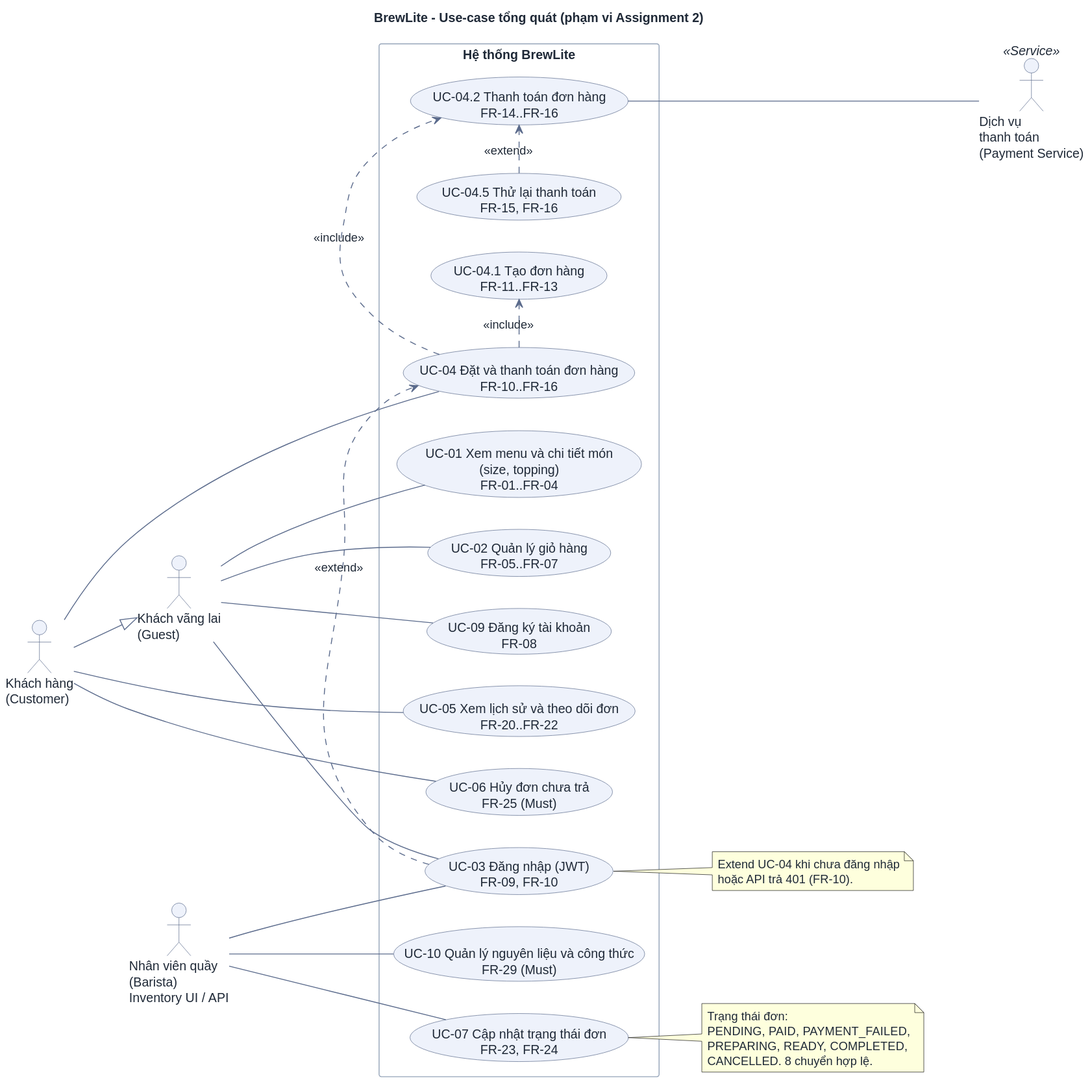
Earlier version of the PlantUML export docs/requirements/use-case-overview.svg (DuVinhLoi/BrewLite). Source of this version:
```plantuml
@startuml
skinparam DefaultFontColor #1f2937
skinparam ArrowColor #5b6b8c
skinparam ArrowFontColor #1f2937
skinparam PackageBackgroundColor #f8fafc
skinparam PackageBorderColor #94a3b8
skinparam RectangleBackgroundColor #ffffff
skinparam RectangleBorderColor #94a3b8
skinparam ActorBackgroundColor #eef2fb
skinparam ActorBorderColor #5b6b8c
skinparam UsecaseBackgroundColor #eef2fb
skinparam UsecaseBorderColor #5b6b8c
skinparam Shadowing false

left to right direction

title BrewLite - Use-case tổng quát (phạm vi Assignment 2)

actor "Khách vãng lai\n(Guest)" as Guest
actor "Khách hàng\n(Customer)" as Customer
actor "Nhân viên quầy\n(Barista)\nInventory UI / API" as Barista
actor "Dịch vụ\nthanh toán\n(Payment Service)" as Pay <<Service>>

Customer --|> Guest

rectangle "Hệ thống BrewLite" {
  usecase "UC-01 Xem menu và chi tiết món\n(size, topping)\nFR-01..FR-04" as UC01
  usecase "UC-02 Quản lý giỏ hàng\nFR-05..FR-07" as UC02
  usecase "UC-03 Đăng nhập (JWT)\nFR-09, FR-10" as UC03
  usecase "UC-09 Đăng ký tài khoản\nFR-08" as UC09
  usecase "UC-04 Đặt và thanh toán đơn hàng\nFR-10..FR-16" as UC04
  usecase "UC-04.1 Tạo đơn hàng\nFR-11..FR-13" as UC041
  usecase "UC-04.2 Thanh toán đơn hàng\nFR-14..FR-16" as UC042
  usecase "UC-04.5 Thử lại thanh toán\nFR-15, FR-16" as UC045
  usecase "UC-05 Xem lịch sử và theo dõi đơn\nFR-20..FR-22" as UC05
  usecase "UC-06 Hủy đơn chưa trả\nFR-25 (Must)" as UC06
  usecase "UC-10 Quản lý nguyên liệu và công thức\nFR-29 (Must)" as UC10
  usecase "UC-07 Cập nhật trạng thái đơn\nFR-23, FR-24" as UC07
}

Guest --- UC01
Guest --- UC02
Guest --- UC03
Guest --- UC09

Customer --- UC04
Customer --- UC05
Customer --- UC06

Barista --- UC03
Barista --- UC07
Barista --- UC10

UC04 .> UC041 : <<include>>
UC04 .> UC042 : <<include>>
UC045 .> UC042 : <<extend>>
UC03 .> UC04 : <<extend>>

UC042 --- Pay

note right of UC03
  Extend UC-04 khi chưa đăng nhập
  hoặc API trả 401 (FR-10).
end note

note right of UC07
  Trạng thái đơn:
  PENDING, PAID, PAYMENT_FAILED,
  PREPARING, READY, COMPLETED,
  CANCELLED. 8 chuyển hợp lệ.
end note
@enduml
```
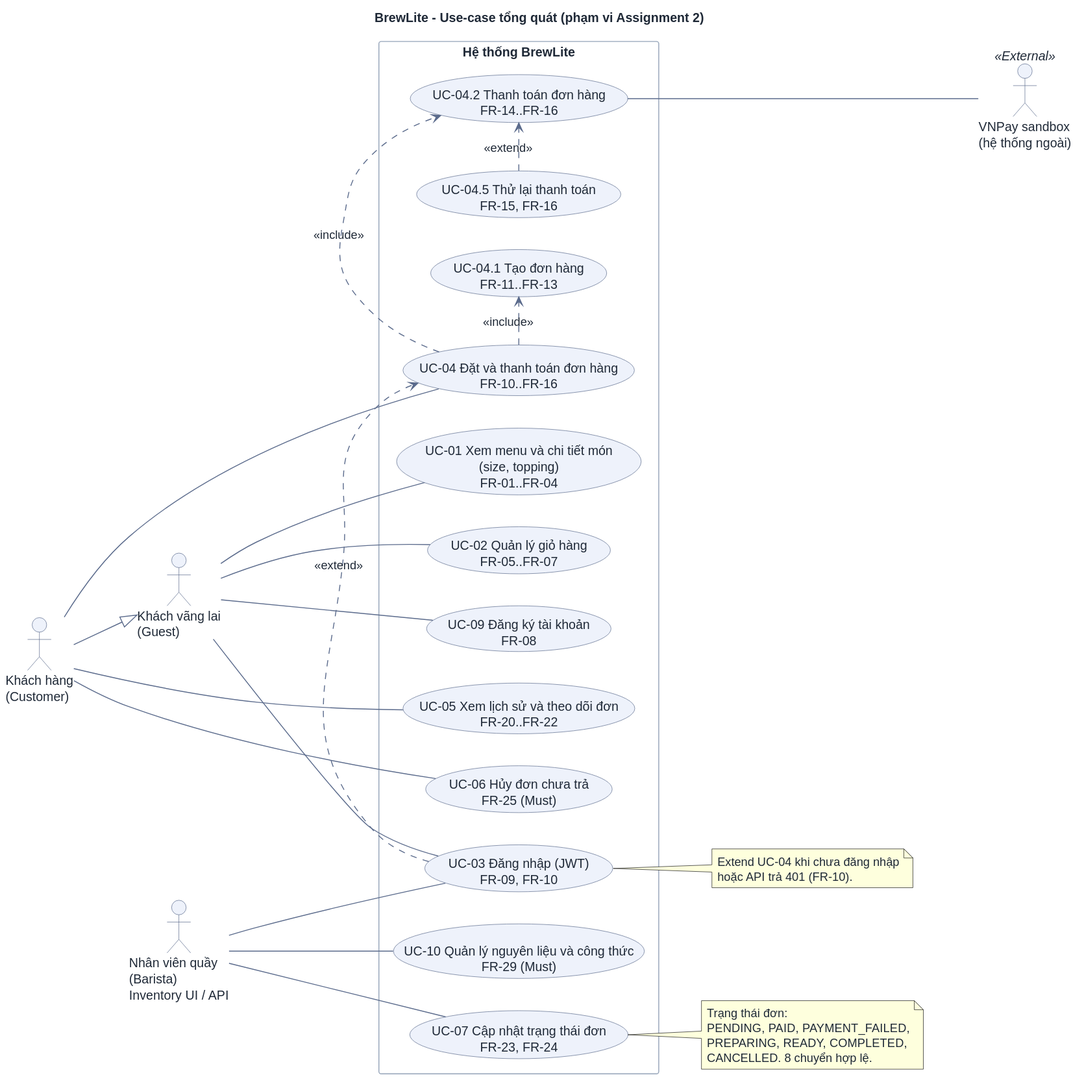
Above is the later version.

Commit message:
docs(diagrams): re-export all seven SVGs from PlantUML sources for VNPay

Change to the diagram source:
```diff
@@ -19,7 +19,7 @@
 actor "Khách vãng lai\n(Guest)" as Guest
 actor "Khách hàng\n(Customer)" as Customer
 actor "Nhân viên quầy\n(Barista)\nInventory UI / API" as Barista
-actor "Dịch vụ\nthanh toán\n(Payment Service)" as Pay <<Service>>
+actor "VNPay sandbox\n(hệ thống ngoài)" as Pay <<External>>
 
 Customer --|> Guest
 
```
